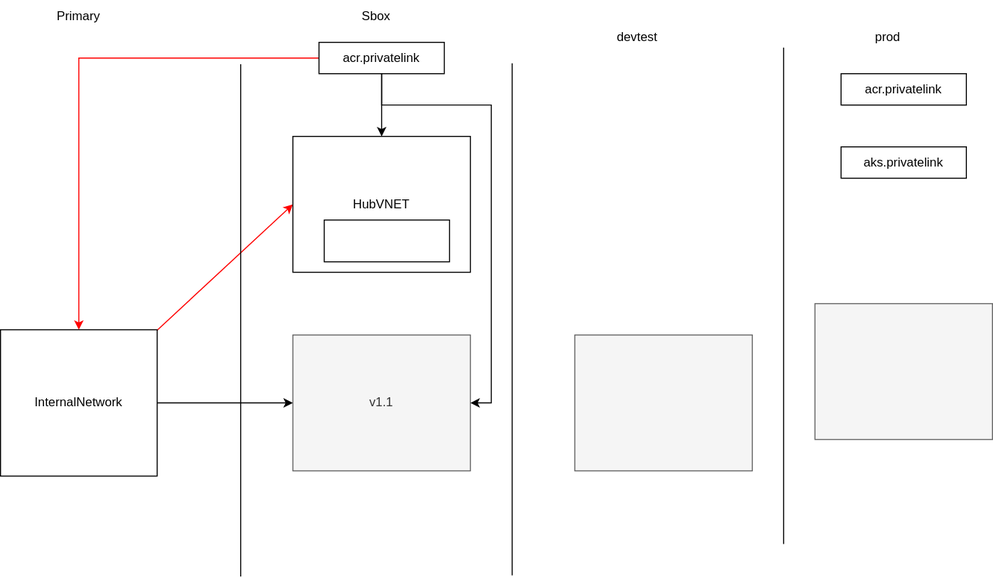
vjavle/invoicecloud keeps this draw.io diagram as infra/HubSpokeLinkingBeforePalo.svg. Above is the earlier version. Source tidied: cells renumbered, new cells last; positions are measured from the earlier drawing's top-left corner, leaving out a move shared by most shapes.
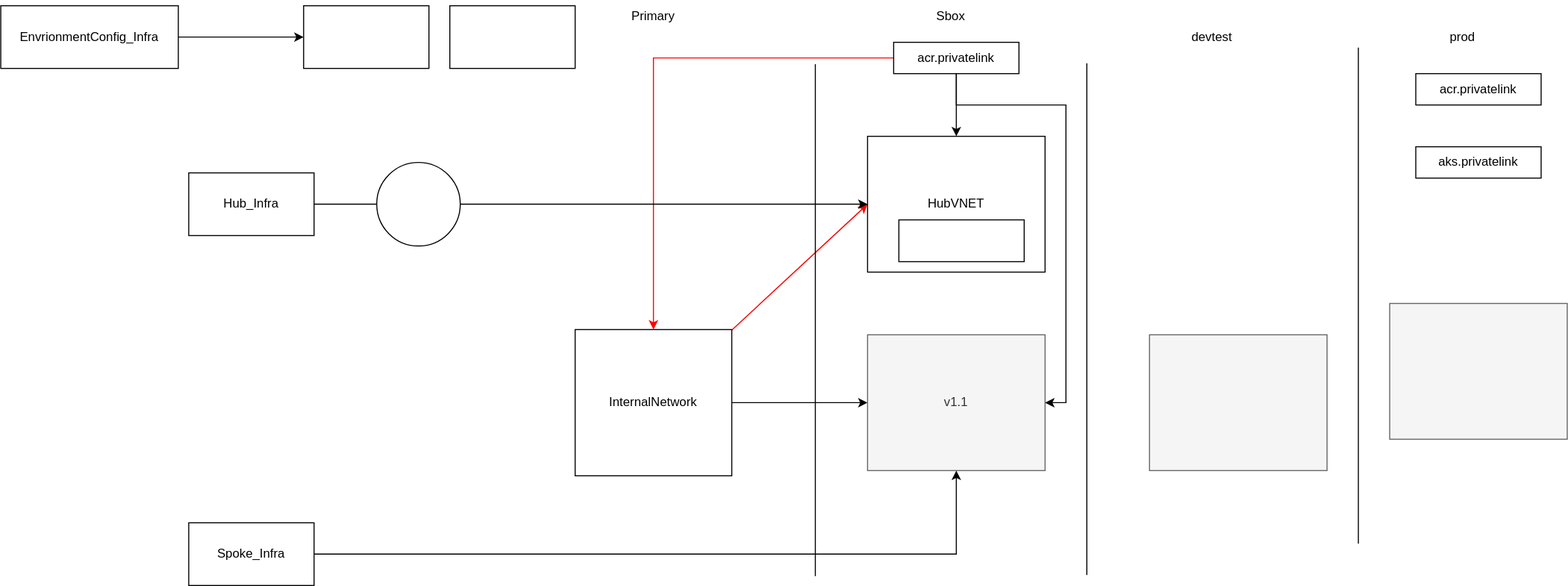
The same diagram one commit later.

What changed in the source:
```diff
@@ -80,5 +80,32 @@
     <mxCell id="22" style="rounded=0;whiteSpace=wrap;html=1;" parent="1" vertex="1">
       <mxGeometry x="310" y="210" width="120" height="40" as="geometry" />
     </mxCell>
+    <mxCell id="23" style="edgeStyle=orthogonalEdgeStyle;rounded=0;jettySize=auto;html=1;" parent="1" edge="1" source="24" target="5">
+      <mxGeometry relative="1" as="geometry" />
+    </mxCell>
+    <mxCell id="24" value="Spoke_Infra" style="rounded=0;whiteSpace=wrap;html=1;" parent="1" vertex="1">
+      <mxGeometry x="-370" y="500" width="120" height="60" as="geometry" />
+    </mxCell>
+    <mxCell id="25" style="edgeStyle=orthogonalEdgeStyle;rounded=0;jettySize=auto;html=1;" parent="1" edge="1" source="26" target="8">
+      <mxGeometry relative="1" as="geometry" />
+    </mxCell>
+    <mxCell id="26" value="Hub_Infra" style="rounded=0;whiteSpace=wrap;html=1;" parent="1" vertex="1">
+      <mxGeometry x="-370" y="165" width="120" height="60" as="geometry" />
+    </mxCell>
+    <mxCell id="27" style="ellipse;whiteSpace=wrap;html=1;" parent="1" vertex="1">
+      <mxGeometry x="-190" y="155" width="80" height="80" as="geometry" />
+    </mxCell>
+    <mxCell id="28" style="rounded=0;whiteSpace=wrap;html=1;" parent="1" vertex="1">
+      <mxGeometry x="-260" y="5" width="120" height="60" as="geometry" />
+    </mxCell>
+    <mxCell id="29" style="rounded=0;whiteSpace=wrap;html=1;" parent="1" vertex="1">
+      <mxGeometry x="-120" y="5" width="120" height="60" as="geometry" />
+    </mxCell>
+    <mxCell id="30" style="edgeStyle=orthogonalEdgeStyle;rounded=0;jettySize=auto;html=1;" parent="1" edge="1" source="31" target="28">
+      <mxGeometry relative="1" as="geometry" />
+    </mxCell>
+    <mxCell id="31" value="EnvrionmentConfig_Infra" style="rounded=0;whiteSpace=wrap;html=1;" parent="1" vertex="1">
+      <mxGeometry x="-550" y="5" width="170" height="60" as="geometry" />
+    </mxCell>
   </root>
 </mxGraphModel>
```
